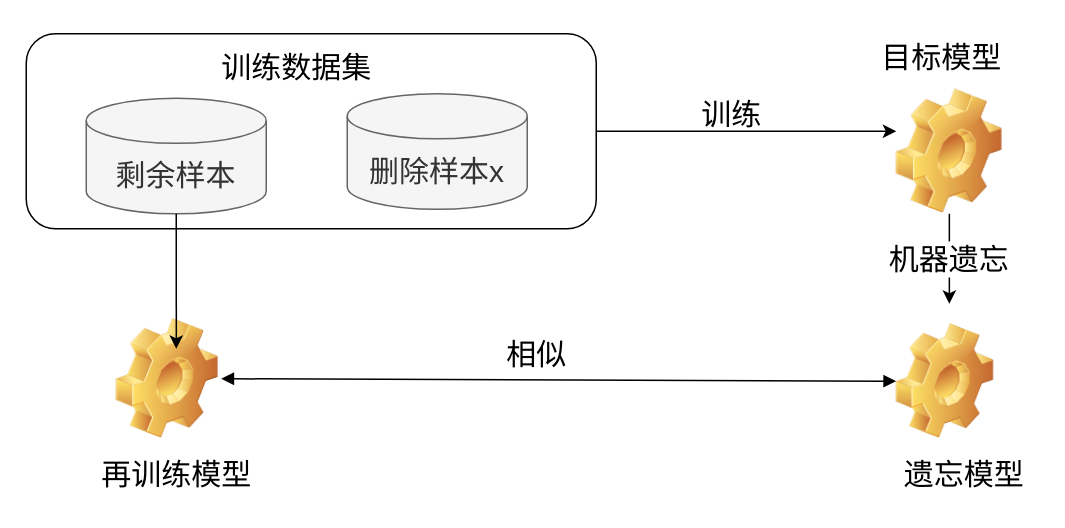
Above: page "第 2 页" (2 of 8) of 未命名绘图.drawio in liangliuqi/whu-program (draw.io), before the change. Source tidied: cells renumbered, new cells numbered last; positions are measured from the earlier drawing's top-left corner, leaving out a move shared by most shapes. Both pictures are drawn from the tidied source at 150%, with x=0, y=0 at pixel (26, 26).
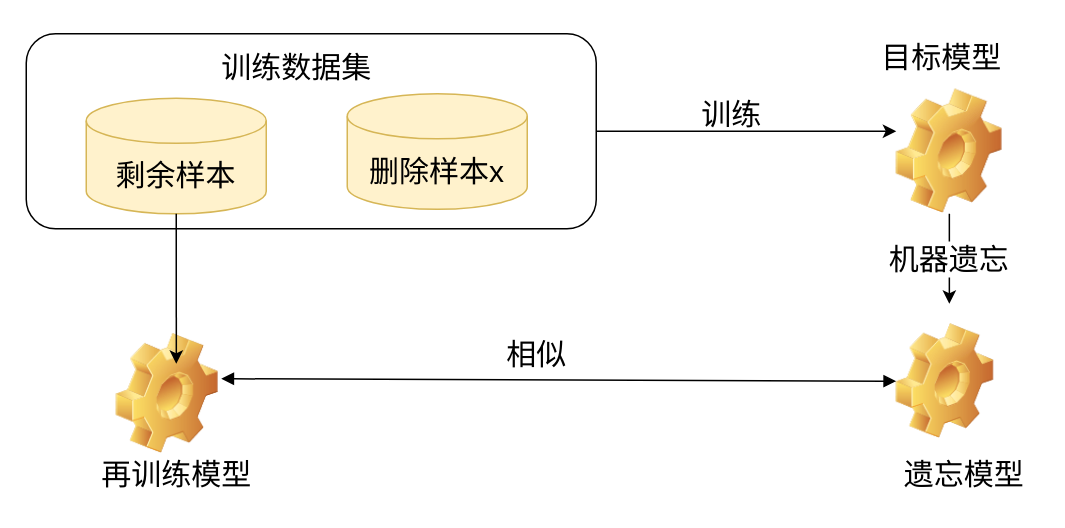
Above is the later version.

Diff of the diagram source:
```diff
@@
-    <mxCell id="3" value="剩余样本" style="shape=cylinder3;whiteSpace=wrap;html=1;boundedLbl=1;backgroundOutline=1;size=15;fontSize=20;fontStyle=0;fillColor=#f5f5f5;fontColor=#333333;strokeColor=#666666;" parent="1" vertex="1">
+    <mxCell id="3" value="剩余样本" style="shape=cylinder3;whiteSpace=wrap;html=1;boundedLbl=1;backgroundOutline=1;size=15;fontSize=20;fontStyle=0;fillColor=#fff2cc;strokeColor=#d6b656;" parent="1" vertex="1">
       <mxGeometry x="40" y="48" width="120" height="77" as="geometry" />
     </mxCell>
-    <mxCell id="4" value="删除样本x" style="shape=cylinder3;whiteSpace=wrap;html=1;boundedLbl=1;backgroundOutline=1;size=15;fontSize=20;fontStyle=0;fillColor=#f5f5f5;fontColor=#333333;strokeColor=#666666;" parent="1" vertex="1">
+    <mxCell id="4" value="删除样本x" style="shape=cylinder3;whiteSpace=wrap;html=1;boundedLbl=1;backgroundOutline=1;size=15;fontSize=20;fontStyle=0;fillColor=#fff2cc;strokeColor=#d6b656;" parent="1" vertex="1">
       <mxGeometry x="214" y="45" width="120" height="77" as="geometry" />
     </mxCell>
     <mxCell id="5" style="shape=image;html=1;verticalLabelPosition=bottom;verticalAlign=top;imageAspect=1;image=img/clipart/Gear_128x128.png;fontSize=20;fontStyle=0;" parent="1" vertex="1">
-      <mxGeometry x="60" y="195" width="68.2" height="80" as="geometry" />
+      <mxGeometry x="60" y="205" width="68.2" height="80" as="geometry" />
     </mxCell>
```
